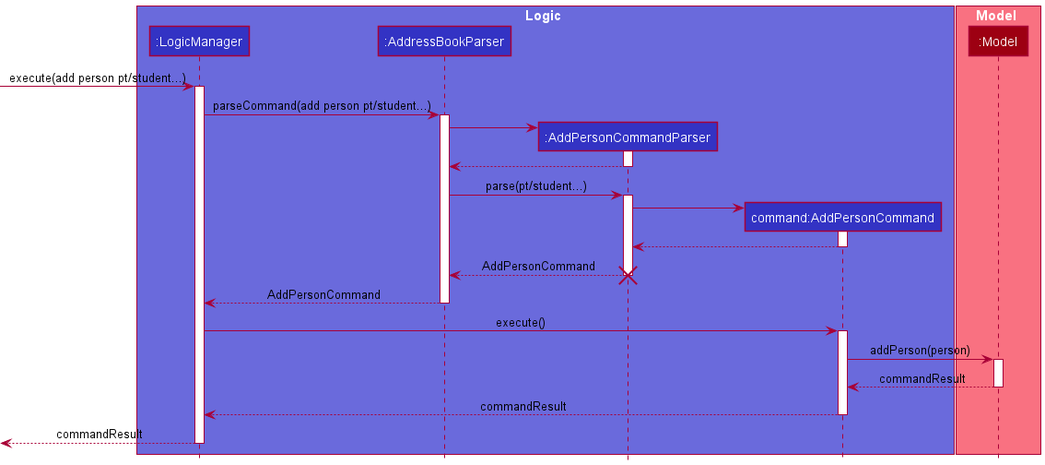
The PlantUML diagram docs/images/AddPersonSequenceDiagram.png in nus-cs2103-AY2021S2/tp, before a commit.
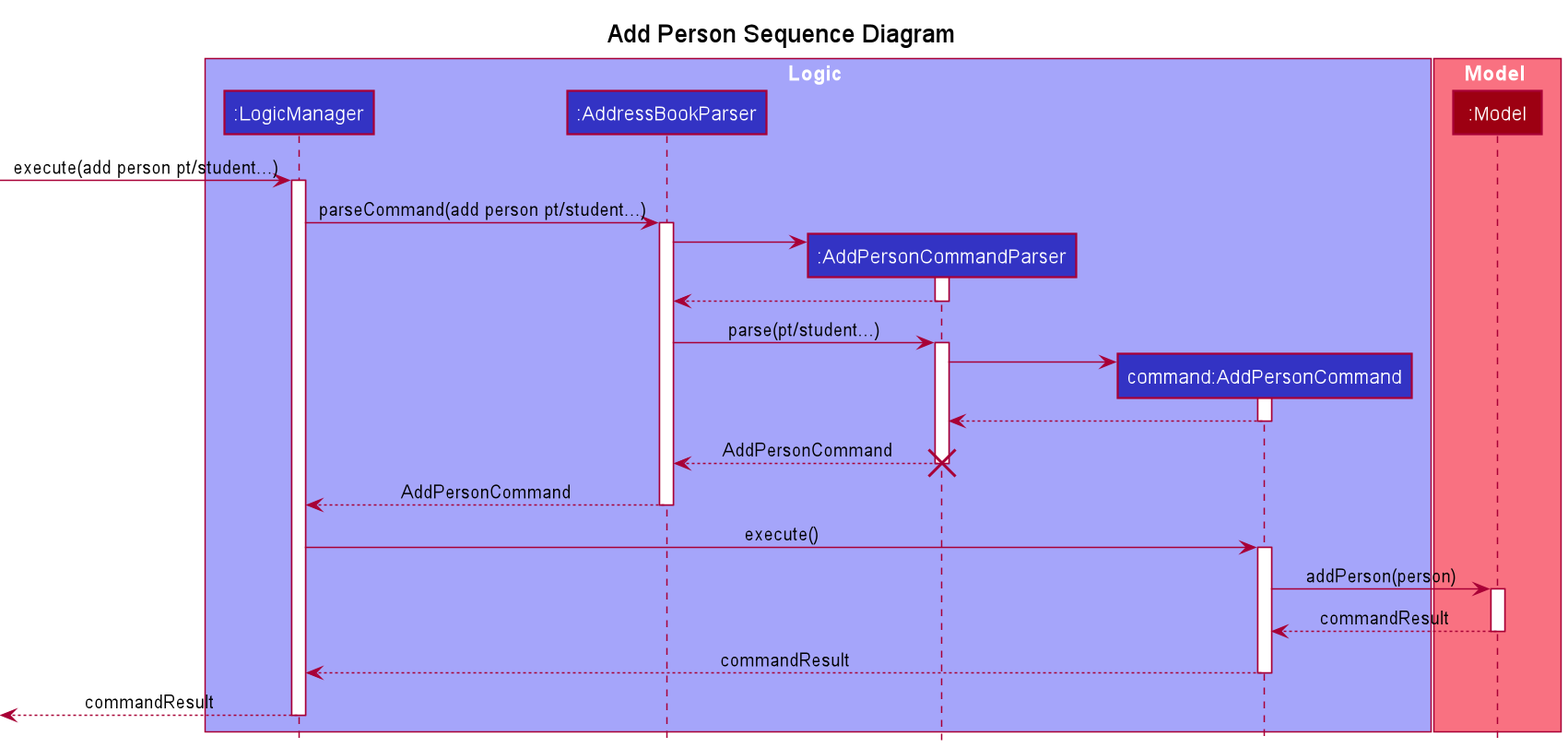
After the change.

The edit, as a diff of the source:
```diff
@@ -1,7 +1,11 @@
 @startuml
 !include Style.puml
 
-box Logic LOGIC_COLOR_T2
+hide footbox
+title Add Person Sequence Diagram
+skinparam sequenceMessageAlign center
+
+box Logic LOGIC_COLOR_T1
 participant ":LogicManager" as LogicManager LOGIC_COLOR
 participant ":AddressBookParser" as AddressBookParser LOGIC_COLOR
 participant ":AddPersonCommandParser" as AddPersonCommandParser LOGIC_COLOR
```
